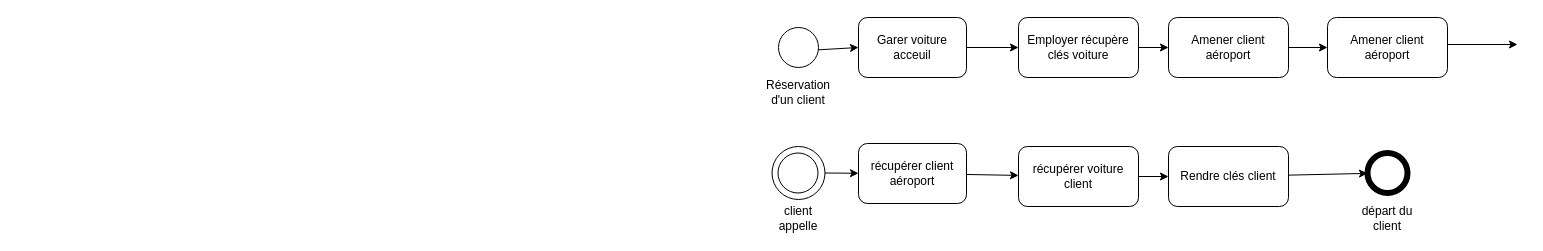
The draw.io diagram R4_A_09_Management_avance_des_systemes_d_information/exo1.drawio in Alexandre-Pascal/Semestre4, before the edit. Source tidied: cells renumbered, new cells numbered last; positions are measured from the earlier drawing's top-left corner, leaving out a move shared by most shapes. Both pictures are drawn from the tidied source at 100%, with x=0, y=0 at pixel (768, 17).
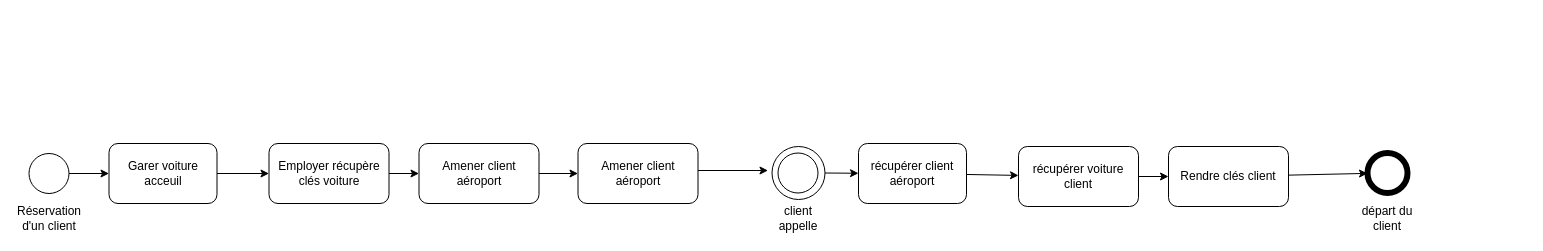
The same diagram, later.

Unchanged cells that the change refers to:
```xml
<mxCell id="14" style="ellipse;whiteSpace=wrap;html=1;strokeWidth=1;direction=south;fillColor=none;" parent="1" vertex="1">
  <mxGeometry x="3.5" y="129" width="53" height="53" as="geometry" />
</mxCell>
<mxCell id="18" value="récupérer client aéroport" style="rounded=1;whiteSpace=wrap;html=1;strokeWidth=1;" parent="1" vertex="1">
  <mxGeometry x="90" y="126" width="108" height="60" as="geometry" />
</mxCell>
```

What changed in the source:
```diff
@@
     <mxCell id="3" style="ellipse;whiteSpace=wrap;html=1;strokeWidth=1;direction=south;" parent="1" vertex="1">
-      <mxGeometry x="10" y="10" width="40" height="40" as="geometry" />
+      <mxGeometry x="-739.5" y="136" width="40" height="40" as="geometry" />
     </mxCell>
     <mxCell id="4" value="Réservation d'un client" style="text;strokeColor=none;align=center;fillColor=none;html=1;verticalAlign=middle;whiteSpace=wrap;rounded=0;strokeWidth=1;" parent="1" vertex="1">
-      <mxGeometry y="60" width="60" height="30" as="geometry" />
+      <mxGeometry x="-749.5" y="186" width="60" height="30" as="geometry" />
     </mxCell>
@@
     <mxCell id="6" value="Garer voiture acceuil" style="rounded=1;whiteSpace=wrap;html=1;strokeWidth=1;" parent="1" vertex="1">
-      <mxGeometry x="90" width="108" height="60" as="geometry" />
+      <mxGeometry x="-659.5" y="126" width="108" height="60" as="geometry" />
     </mxCell>
@@
     <mxCell id="8" value="Employer récupère clés voiture" style="rounded=1;whiteSpace=wrap;html=1;strokeWidth=1;" parent="1" vertex="1">
-      <mxGeometry x="250" width="120" height="60" as="geometry" />
+      <mxGeometry x="-499.5" y="126" width="120" height="60" as="geometry" />
     </mxCell>
@@
     <mxCell id="10" value="Amener client aéroport" style="rounded=1;whiteSpace=wrap;html=1;strokeWidth=1;" parent="1" vertex="1">
-      <mxGeometry x="400" width="120" height="60" as="geometry" />
+      <mxGeometry x="-349.5" y="126" width="120" height="60" as="geometry" />
     </mxCell>
     <mxCell id="11" value="Amener client aéroport" style="rounded=1;whiteSpace=wrap;html=1;strokeWidth=1;" parent="1" vertex="1">
-      <mxGeometry x="559" width="120" height="60" as="geometry" />
+      <mxGeometry x="-190.5" y="126" width="120" height="60" as="geometry" />
     </mxCell>
@@
-    <mxCell id="13" style="edgeStyle=none;html=1;" parent="1" edge="1" source="14" target="18">
-      <mxGeometry relative="1" as="geometry" />
+    <mxCell id="13" style="edgeStyle=none;html=1;" parent="1" edge="1" target="18">
+      <mxGeometry relative="1" as="geometry">
+        <mxPoint x="179" y="156" as="sourcePoint" />
+      </mxGeometry>
     </mxCell>
+    <mxCell id="25" style="edgeStyle=none;html=1;" parent="1" edge="1" source="14" target="18">
+      <mxGeometry relative="1" as="geometry" />
+    </mxCell>
@@
     <mxCell id="16" style="endArrow=classic;html=1;" parent="1" edge="1">
       <mxGeometry relative="1" as="geometry">
-        <mxPoint x="679" y="27" as="sourcePoint" />
-        <mxPoint x="749" y="27" as="targetPoint" />
+        <mxPoint x="-70.5" y="153" as="sourcePoint" />
+        <mxPoint x="-0.5" y="153" as="targetPoint" />
       </mxGeometry>
     </mxCell>
```
